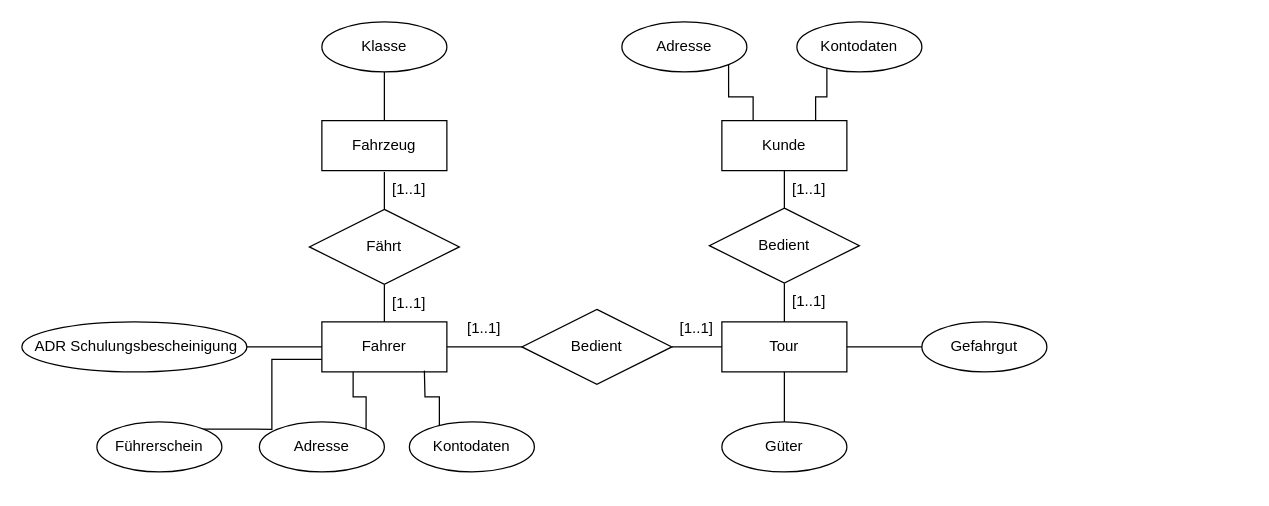
This is src/Spedition 1.drawio from Yeah-Jack/sql-diagrams, a draw.io file, before an edit. Source tidied: cells renumbered, new cells numbered last; positions are measured from the earlier drawing's top-left corner, leaving out a move shared by most shapes. Both pictures are drawn from the tidied source at 125%, with x=0, y=0 at pixel (21, 21).
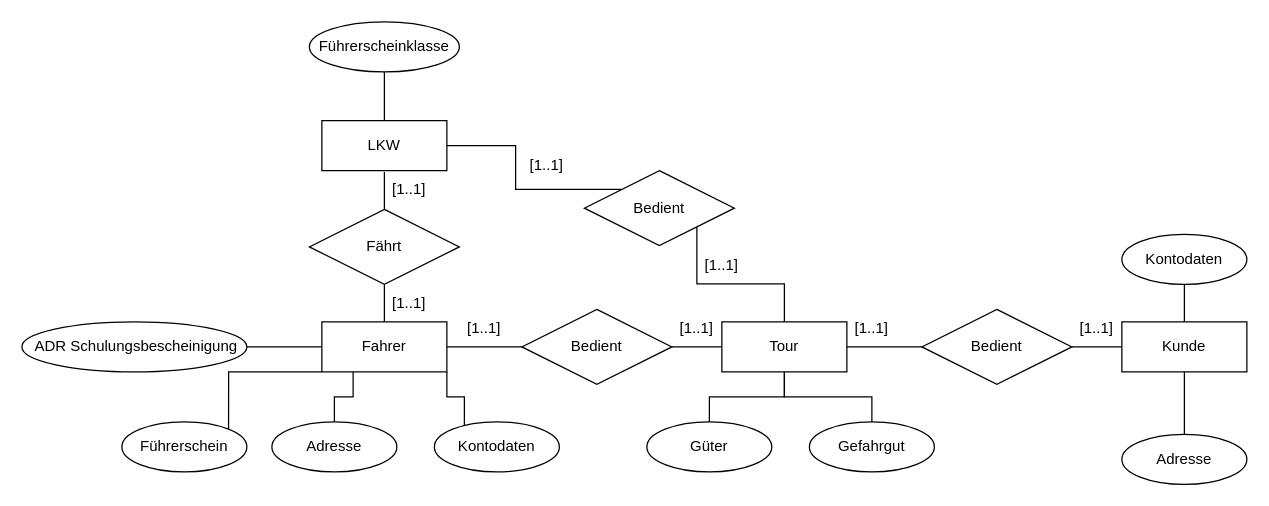
Above is the later version.

The change refers to these unchanged cells:
```xml
<mxCell id="4" value="Fahrer" style="whiteSpace=wrap;html=1;align=center;" parent="1" vertex="1">
  <mxGeometry x="240" y="240" width="100" height="40" as="geometry" />
</mxCell>
<mxCell id="12" value="Tour" style="whiteSpace=wrap;html=1;align=center;" parent="1" vertex="1">
  <mxGeometry x="560" y="240" width="100" height="40" as="geometry" />
</mxCell>
```

Change to the diagram source:
```diff
@@
-    <mxCell id="2" value="Fahrzeug" style="whiteSpace=wrap;html=1;align=center;" parent="1" vertex="1">
+    <mxCell id="2" value="LKW" style="whiteSpace=wrap;html=1;align=center;" parent="1" vertex="1">
       <mxGeometry x="240" y="79" width="100" height="40" as="geometry" />
     </mxCell>
@@
+    <mxCell id="39" style="edgeStyle=orthogonalEdgeStyle;rounded=0;jettySize=auto;html=1;exitX=0.25;exitY=1;exitDx=0;exitDy=0;entryX=0.5;entryY=0;entryDx=0;entryDy=0;endArrow=none;endFill=0;" parent="1" edge="1" source="4" target="6">
+      <mxGeometry relative="1" as="geometry" />
+    </mxCell>
@@
-    <mxCell id="5" style="edgeStyle=orthogonalEdgeStyle;rounded=0;jettySize=auto;html=1;entryX=0.25;entryY=1;entryDx=0;entryDy=0;exitX=1;exitY=0;exitDx=0;exitDy=0;endArrow=none;endFill=0;" parent="1" edge="1" source="6" target="4">
-      <mxGeometry relative="1" as="geometry" />
-    </mxCell>
     <mxCell id="6" value="Adresse" style="ellipse;whiteSpace=wrap;html=1;align=center;" parent="1" vertex="1">
-      <mxGeometry x="190" y="320" width="100" height="40" as="geometry" />
+      <mxGeometry x="200" y="320" width="100" height="40" as="geometry" />
     </mxCell>
-    <mxCell id="7" style="edgeStyle=orthogonalEdgeStyle;rounded=0;jettySize=auto;html=1;entryX=0.62;entryY=0.975;entryDx=0;entryDy=0;exitX=0.24;exitY=0.1;exitDx=0;exitDy=0;endArrow=none;endFill=0;exitPerimeter=0;entryPerimeter=0;" parent="1" edge="1" source="8">
-      <mxGeometry relative="1" as="geometry">
-        <mxPoint x="322" y="279" as="targetPoint" />
-      </mxGeometry>
+    <mxCell id="7" style="edgeStyle=orthogonalEdgeStyle;rounded=0;jettySize=auto;html=1;entryX=1;entryY=1;entryDx=0;entryDy=0;exitX=0.24;exitY=0.1;exitDx=0;exitDy=0;endArrow=none;endFill=0;exitPerimeter=0;" parent="1" edge="1" source="8" target="4">
+      <mxGeometry relative="1" as="geometry" />
     </mxCell>
     <mxCell id="8" value="Kontodaten" style="ellipse;whiteSpace=wrap;html=1;align=center;" parent="1" vertex="1">
-      <mxGeometry x="310" y="320" width="100" height="40" as="geometry" />
+      <mxGeometry x="330" y="320" width="100" height="40" as="geometry" />
     </mxCell>
@@
-    <mxCell id="15" style="edgeStyle=orthogonalEdgeStyle;rounded=0;jettySize=auto;html=1;exitX=0.5;exitY=1;exitDx=0;exitDy=0;entryX=0.5;entryY=0;entryDx=0;entryDy=0;endArrow=none;endFill=0;" parent="1" edge="1" source="16" target="34">
+    <mxCell id="15" style="edgeStyle=orthogonalEdgeStyle;rounded=0;jettySize=auto;html=1;exitX=0;exitY=0.5;exitDx=0;exitDy=0;entryX=1;entryY=0.5;entryDx=0;entryDy=0;endArrow=none;endFill=0;" parent="1" edge="1" source="16" target="34">
       <mxGeometry relative="1" as="geometry" />
     </mxCell>
     <mxCell id="16" value="Kunde" style="whiteSpace=wrap;html=1;align=center;" parent="1" vertex="1">
-      <mxGeometry x="560" y="79" width="100" height="40" as="geometry" />
+      <mxGeometry x="880" y="240" width="100" height="40" as="geometry" />
     </mxCell>
-    <mxCell id="17" style="edgeStyle=orthogonalEdgeStyle;rounded=0;jettySize=auto;html=1;entryX=0.25;entryY=0;entryDx=0;entryDy=0;exitX=1;exitY=1;exitDx=0;exitDy=0;endArrow=none;endFill=0;" parent="1" edge="1" source="18" target="16">
+    <mxCell id="17" style="edgeStyle=orthogonalEdgeStyle;rounded=0;jettySize=auto;html=1;entryX=0.5;entryY=1;entryDx=0;entryDy=0;exitX=0.5;exitY=0;exitDx=0;exitDy=0;endArrow=none;endFill=0;" parent="1" edge="1" source="18" target="16">
       <mxGeometry relative="1" as="geometry" />
     </mxCell>
     <mxCell id="18" value="Adresse" style="ellipse;whiteSpace=wrap;html=1;align=center;" parent="1" vertex="1">
-      <mxGeometry x="480" width="100" height="40" as="geometry" />
+      <mxGeometry x="880" y="330" width="100" height="40" as="geometry" />
     </mxCell>
-    <mxCell id="19" style="edgeStyle=orthogonalEdgeStyle;rounded=0;jettySize=auto;html=1;entryX=0.75;entryY=0;entryDx=0;entryDy=0;exitX=0.24;exitY=0.1;exitDx=0;exitDy=0;endArrow=none;endFill=0;exitPerimeter=0;" parent="1" edge="1" source="20" target="16">
+    <mxCell id="19" style="edgeStyle=orthogonalEdgeStyle;rounded=0;jettySize=auto;html=1;entryX=0.5;entryY=0;entryDx=0;entryDy=0;exitX=0.5;exitY=1;exitDx=0;exitDy=0;endArrow=none;endFill=0;" parent="1" edge="1" source="20" target="16">
       <mxGeometry relative="1" as="geometry" />
     </mxCell>
     <mxCell id="20" value="Kontodaten" style="ellipse;whiteSpace=wrap;html=1;align=center;" parent="1" vertex="1">
-      <mxGeometry x="620" width="100" height="40" as="geometry" />
+      <mxGeometry x="880" y="170" width="100" height="40" as="geometry" />
     </mxCell>
@@
-    <mxCell id="22" value="Klasse" style="ellipse;whiteSpace=wrap;html=1;align=center;" parent="1" vertex="1">
-      <mxGeometry x="240" width="100" height="40" as="geometry" />
+    <mxCell id="22" value="Führerscheinklasse" style="ellipse;whiteSpace=wrap;html=1;align=center;" parent="1" vertex="1">
+      <mxGeometry x="230" width="120" height="40" as="geometry" />
     </mxCell>
@@
     <mxCell id="31" value="Gefahrgut" style="ellipse;whiteSpace=wrap;html=1;align=center;" parent="1" vertex="1">
-      <mxGeometry x="720" y="240" width="100" height="40" as="geometry" />
+      <mxGeometry x="630" y="320" width="100" height="40" as="geometry" />
     </mxCell>
     <mxCell id="32" value="Güter" style="ellipse;whiteSpace=wrap;html=1;align=center;" parent="1" vertex="1">
-      <mxGeometry x="560" y="320" width="100" height="40" as="geometry" />
+      <mxGeometry x="500" y="320" width="100" height="40" as="geometry" />
     </mxCell>
-    <mxCell id="33" style="edgeStyle=orthogonalEdgeStyle;rounded=0;jettySize=auto;html=1;exitX=0.5;exitY=1;exitDx=0;exitDy=0;entryX=0.5;entryY=0;entryDx=0;entryDy=0;endArrow=none;endFill=0;" parent="1" edge="1" source="34" target="12">
+    <mxCell id="33" style="edgeStyle=orthogonalEdgeStyle;rounded=0;jettySize=auto;html=1;exitX=0;exitY=0.5;exitDx=0;exitDy=0;entryX=1;entryY=0.5;entryDx=0;entryDy=0;endArrow=none;endFill=0;" parent="1" edge="1" source="34" target="12">
       <mxGeometry relative="1" as="geometry" />
     </mxCell>
     <mxCell id="34" value="Bedient" style="shape=rhombus;perimeter=rhombusPerimeter;whiteSpace=wrap;html=1;align=center;" parent="1" vertex="1">
-      <mxGeometry x="550" y="149" width="120" height="60" as="geometry" />
+      <mxGeometry x="720" y="230" width="120" height="60" as="geometry" />
     </mxCell>
     <mxCell id="35" value="[1..1]" style="text;html=1;whiteSpace=wrap;strokeColor=none;fillColor=none;align=center;verticalAlign=middle;rounded=0;" parent="1" vertex="1">
-      <mxGeometry x="600" y="209" width="60" height="30" as="geometry" />
+      <mxGeometry x="650" y="230" width="60" height="30" as="geometry" />
     </mxCell>
     <mxCell id="36" value="[1..1]" style="text;html=1;whiteSpace=wrap;strokeColor=none;fillColor=none;align=center;verticalAlign=middle;rounded=0;" parent="1" vertex="1">
-      <mxGeometry x="600" y="119" width="60" height="30" as="geometry" />
+      <mxGeometry x="830" y="230" width="60" height="30" as="geometry" />
     </mxCell>
-    <mxCell id="37" style="edgeStyle=orthogonalEdgeStyle;rounded=0;jettySize=auto;html=1;exitX=1;exitY=0;exitDx=0;exitDy=0;entryX=0;entryY=0.75;entryDx=0;entryDy=0;endArrow=none;endFill=0;" parent="1" edge="1" source="38" target="4">
-      <mxGeometry relative="1" as="geometry" />
+    <mxCell id="37" style="edgeStyle=orthogonalEdgeStyle;rounded=0;jettySize=auto;html=1;exitX=1;exitY=0;exitDx=0;exitDy=0;endArrow=none;endFill=0;entryX=0;entryY=1;entryDx=0;entryDy=0;" parent="1" edge="1" source="38" target="4">
+      <mxGeometry relative="1" as="geometry">
+        <Array as="points">
+          <mxPoint x="165" y="280" />
+        </Array>
+      </mxGeometry>
     </mxCell>
     <mxCell id="38" value="Führerschein" style="ellipse;whiteSpace=wrap;html=1;align=center;" parent="1" vertex="1">
-      <mxGeometry x="60" y="320" width="100" height="40" as="geometry" />
+      <mxGeometry x="80" y="320" width="100" height="40" as="geometry" />
     </mxCell>
+    <mxCell id="40" style="edgeStyle=orthogonalEdgeStyle;rounded=0;jettySize=auto;html=1;exitX=1;exitY=1;exitDx=0;exitDy=0;entryX=0.5;entryY=0;entryDx=0;entryDy=0;endArrow=none;endFill=0;" parent="1" edge="1" source="42" target="12">
+      <mxGeometry relative="1" as="geometry" />
+    </mxCell>
+    <mxCell id="41" style="edgeStyle=orthogonalEdgeStyle;rounded=0;jettySize=auto;html=1;exitX=0;exitY=0;exitDx=0;exitDy=0;entryX=1;entryY=0.5;entryDx=0;entryDy=0;endArrow=none;endFill=0;" parent="1" edge="1" source="42" target="2">
+      <mxGeometry relative="1" as="geometry" />
+    </mxCell>
+    <mxCell id="42" value="Bedient" style="shape=rhombus;perimeter=rhombusPerimeter;whiteSpace=wrap;html=1;align=center;" parent="1" vertex="1">
+      <mxGeometry x="450" y="119" width="120" height="60" as="geometry" />
+    </mxCell>
+    <mxCell id="43" value="[1..1]" style="text;html=1;whiteSpace=wrap;strokeColor=none;fillColor=none;align=center;verticalAlign=middle;rounded=0;" parent="1" vertex="1">
+      <mxGeometry x="390" y="100" width="60" height="30" as="geometry" />
+    </mxCell>
+    <mxCell id="44" value="[1..1]" style="text;html=1;whiteSpace=wrap;strokeColor=none;fillColor=none;align=center;verticalAlign=middle;rounded=0;" parent="1" vertex="1">
+      <mxGeometry x="530" y="180" width="60" height="30" as="geometry" />
+    </mxCell>
```
